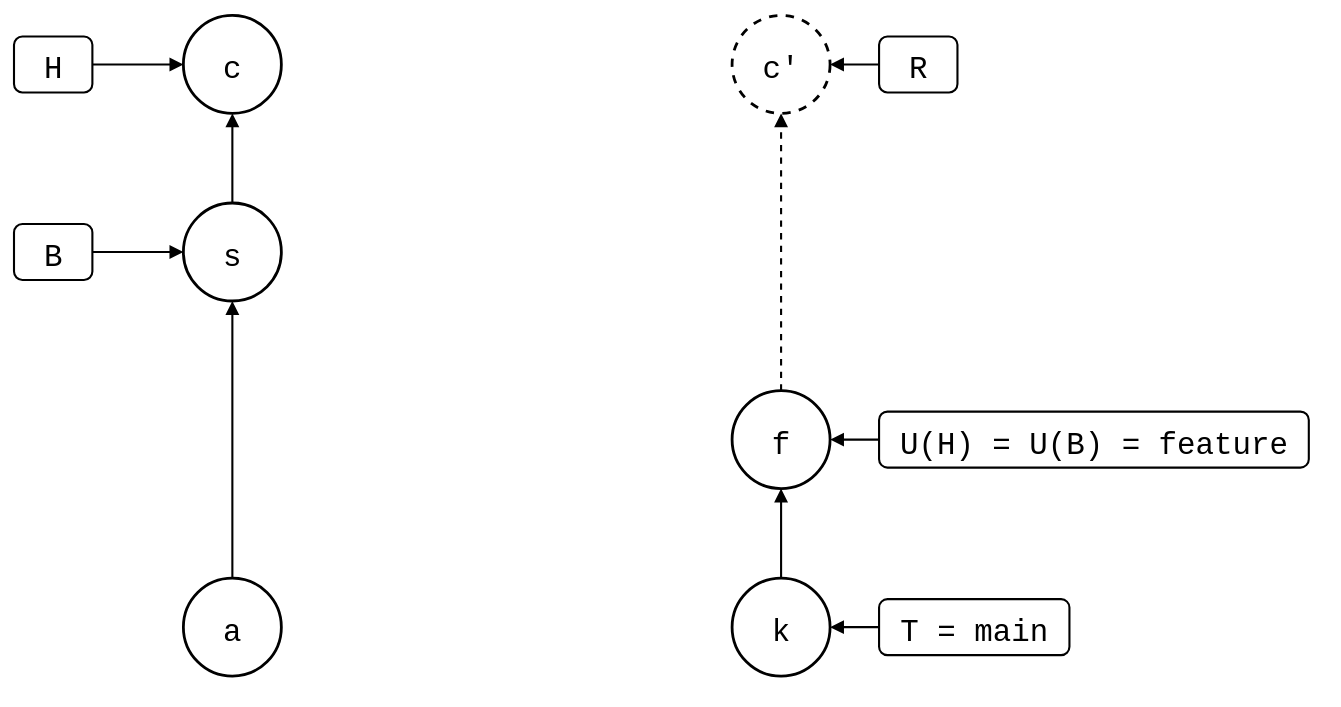
Earlier version of the draw.io export test/scenarios/up-to-date/squash-merged-pull/squash-merged-pull.drawio.svg (roschaefer/git-splice). Source tidied: cells renumbered, new cells last; positions are measured from the earlier drawing's top-left corner, leaving out a move shared by most shapes.
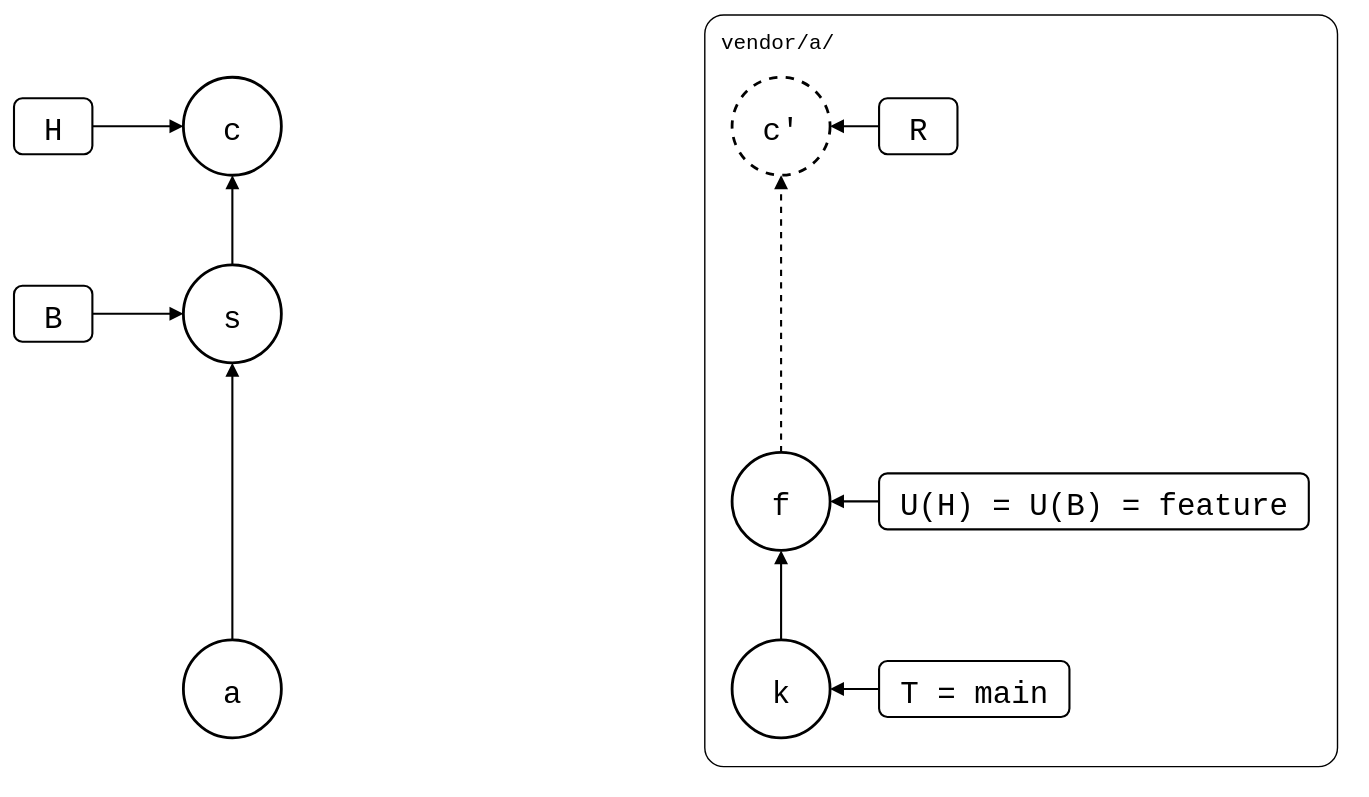
Above is the later version.

Diff of the diagram source:
```diff
@@ -2,6 +2,9 @@
   <root>
     <mxCell id="0" />
     <mxCell id="1" parent="0" />
+    <mxCell id="22" value="vendor/a/" style="rounded=1;arcSize=3;fillColor=none;strokeWidth=1;fontSize=15;verticalAlign=top;align=left;spacingLeft=10;spacingTop=4;fontFamily=Roboto Mono,monospace;" parent="1" vertex="1">
+      <mxGeometry x="493" y="-45" width="452" height="537" as="geometry" />
+    </mxCell>
     <mxCell id="2" value="a" style="ellipse;strokeWidth=2;fontSize=22;fontFamily=Roboto Mono,monospace;" parent="1" vertex="1">
       <mxGeometry x="121" y="402" width="70" height="70" as="geometry" />
     </mxCell>
```
